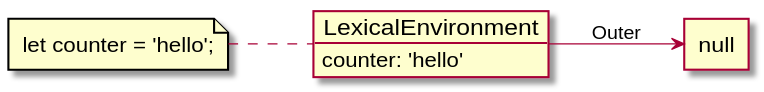
This is static/svg/LexicalEnvironmentDeclaration.svg from znanjie/rerurn-true-to-win, a PlantUML export, as it was before one commit.
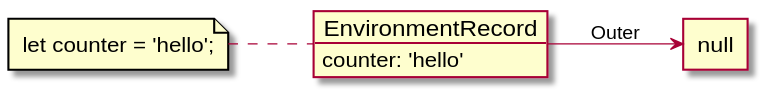
After the change.

What changed in the source:
```diff
@@ -10,10 +10,10 @@
 file counter [
     let counter = 'hello';
 ]
-object LexicalEnvironment
-LexicalEnvironment : counter: 'hello'
+object EnvironmentRecord
+EnvironmentRecord : counter: 'hello'
 
 left to right direction
-counter .. LexicalEnvironment
-LexicalEnvironment --> agent: Outer
+counter .. EnvironmentRecord
+EnvironmentRecord --> agent: Outer
 @enduml
```
